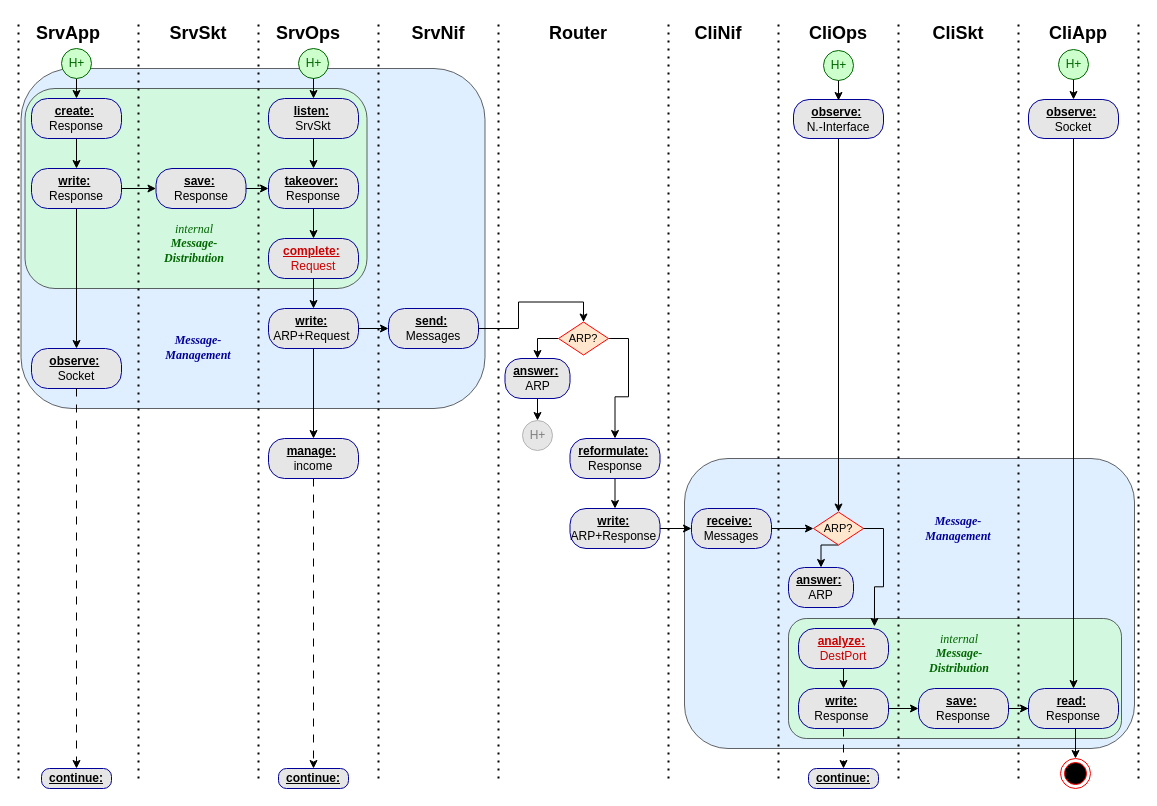
Earlier version of the draw.io diagram sources/lf.09/img.lf/ports-sockets-response-activity.drawio (protirone/protico.ltx). Source tidied: cells renumbered, new cells numbered last; positions are measured from the earlier drawing's top-left corner, leaving out a move shared by most shapes. Both pictures are drawn from the tidied source at 100%, with x=0, y=0 at pixel (18, 18).
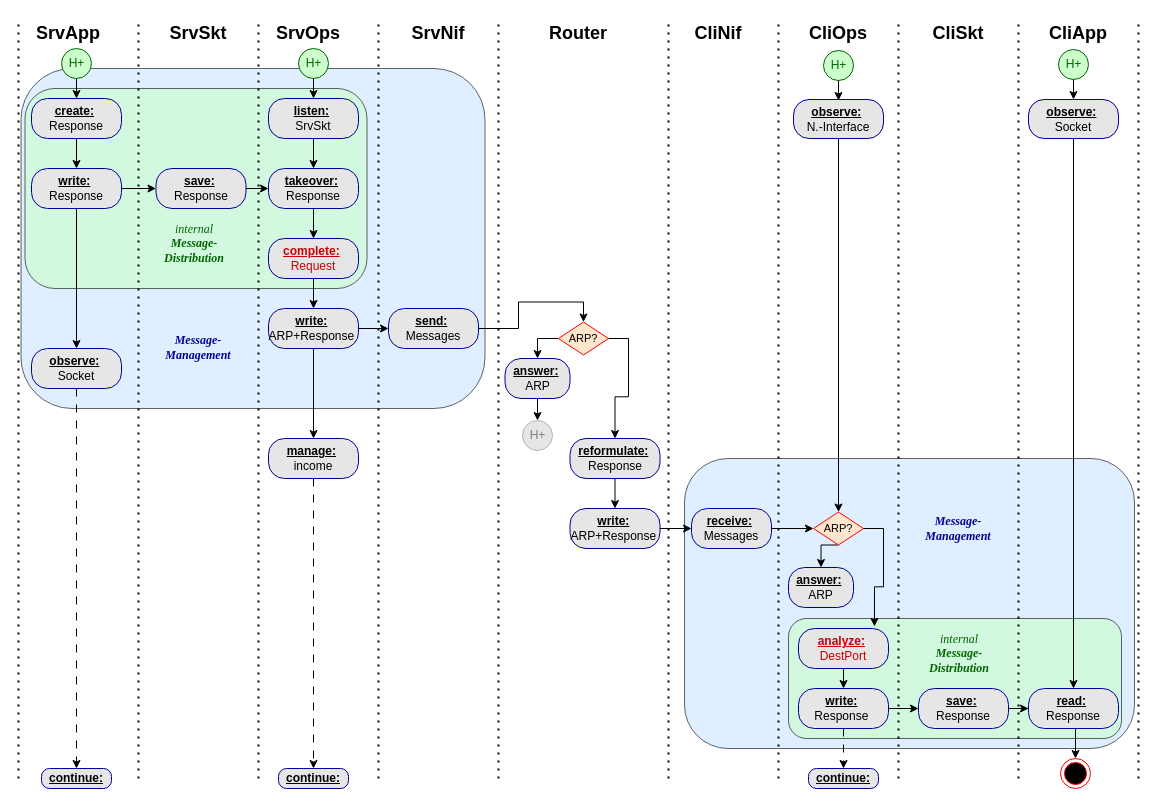
The same page after the edit.

Commit message (it also covers changes not shown here):
add an echo programming section to ports sockets lesson

What changed in the source:
```diff
@@
-    <mxCell id="58" value="&lt;b&gt;&lt;u&gt;write:&lt;/u&gt;&lt;/b&gt;&amp;nbsp;&lt;div&gt;ARP+Request&amp;nbsp;&lt;/div&gt;" style="rounded=1;whiteSpace=wrap;html=1;arcSize=40;fontColor=#000000;fillColor=#E6E6E6;strokeColor=#000099;" parent="1" vertex="1">
+    <mxCell id="58" value="&lt;b&gt;&lt;u&gt;write:&lt;/u&gt;&lt;/b&gt;&amp;nbsp;&lt;div&gt;ARP+Response&amp;nbsp;&lt;/div&gt;" style="rounded=1;whiteSpace=wrap;html=1;arcSize=40;fontColor=#000000;fillColor=#E6E6E6;strokeColor=#000099;" parent="1" vertex="1">
       <mxGeometry x="250" y="290" width="90" height="40" as="geometry" />
     </mxCell>
```
